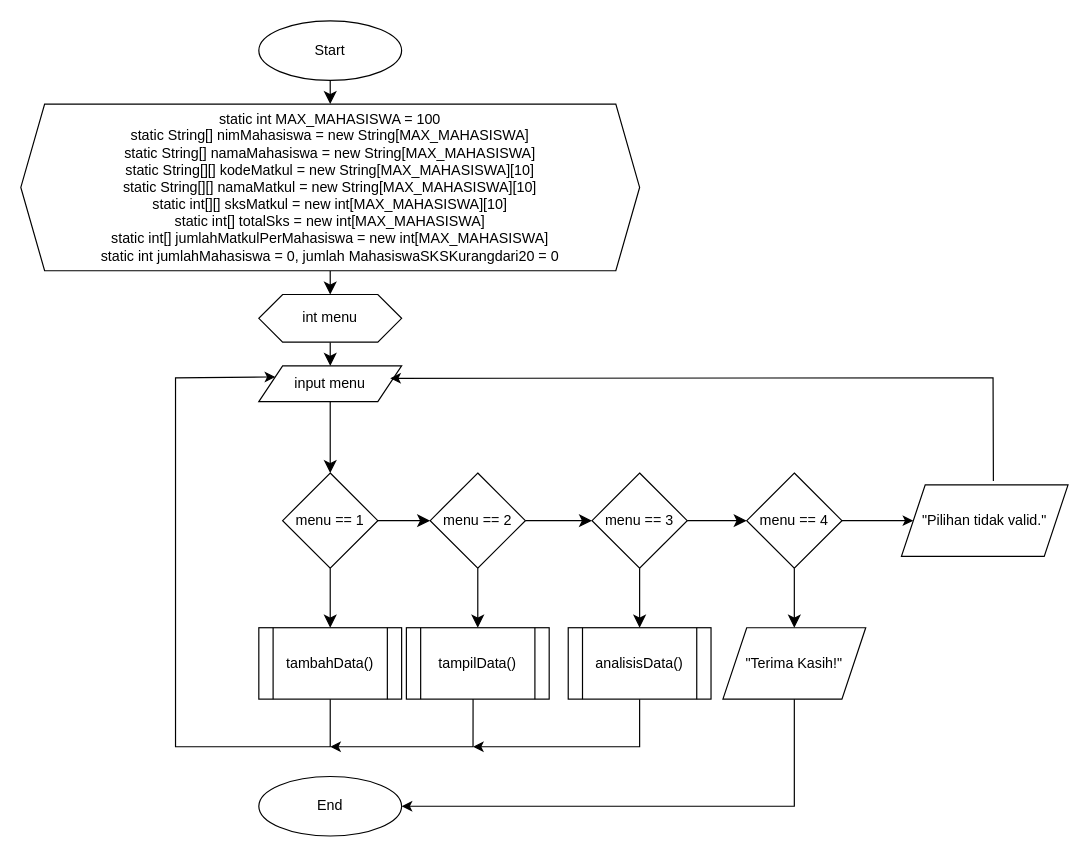
This is page "Main" (1 of 4) of flowchart kelompok 7.drawio from Dzaky-Hadyan/project-besar-daspro, a draw.io file, before an edit. Source tidied: cells renumbered, new cells numbered last; positions are measured from the earlier drawing's top-left corner, leaving out a move shared by most shapes. Both pictures are drawn from the tidied source at 119%, with x=0, y=0 at pixel (20, 20).
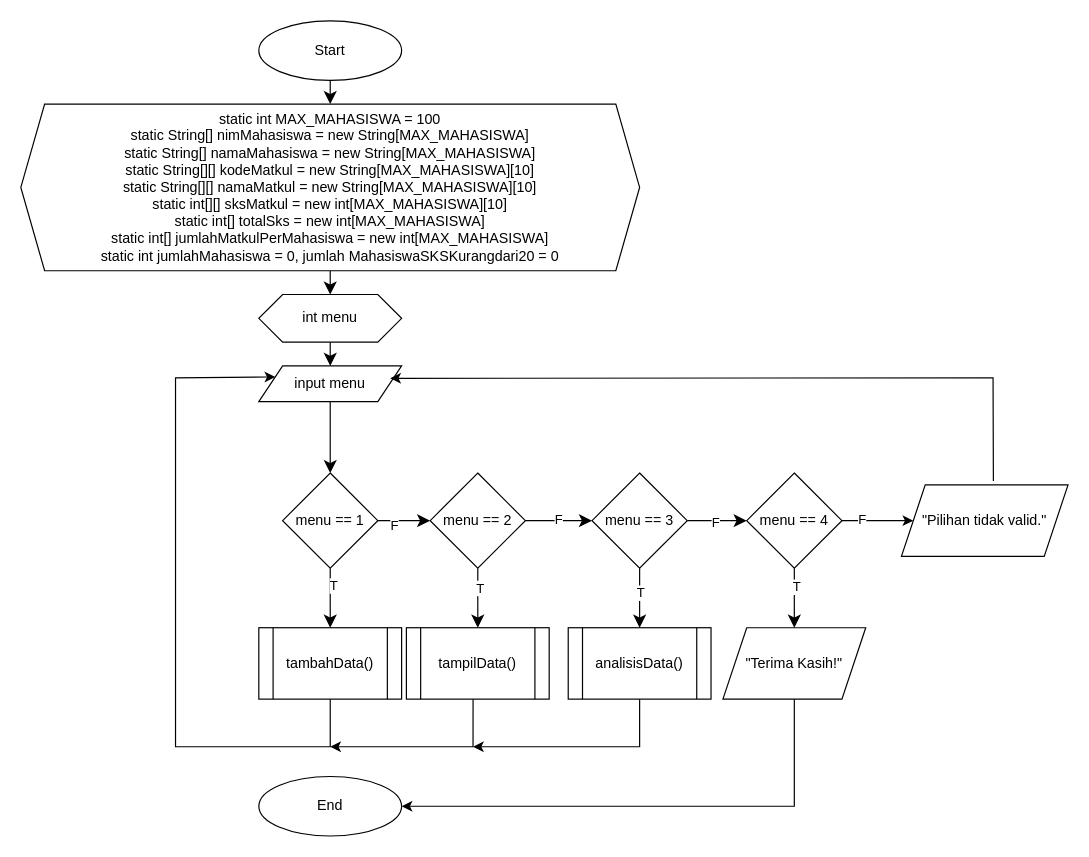
After the change.

The change refers to these unchanged cells:
```xml
<mxCell id="8" style="edgeStyle=none;curved=1;rounded=0;jettySize=auto;html=1;exitX=0.5;exitY=1;exitDx=0;exitDy=0;entryX=0.5;entryY=0;entryDx=0;entryDy=0;fontSize=12;startSize=8;endSize=8;" parent="1" edge="1" source="10" target="11">
  <mxGeometry relative="1" as="geometry" />
</mxCell>
<mxCell id="9" style="edgeStyle=none;curved=1;rounded=0;jettySize=auto;html=1;exitX=1;exitY=0.5;exitDx=0;exitDy=0;entryX=0;entryY=0.5;entryDx=0;entryDy=0;fontSize=12;startSize=8;endSize=8;" parent="1" edge="1" source="10" target="14">
  <mxGeometry relative="1" as="geometry" />
</mxCell>
<mxCell id="12" style="edgeStyle=none;curved=1;rounded=0;jettySize=auto;html=1;exitX=0.5;exitY=1;exitDx=0;exitDy=0;entryX=0.5;entryY=0;entryDx=0;entryDy=0;fontSize=12;startSize=8;endSize=8;" parent="1" edge="1" source="14" target="15">
  <mxGeometry relative="1" as="geometry" />
</mxCell>
<mxCell id="13" style="edgeStyle=none;curved=1;rounded=0;jettySize=auto;html=1;exitX=1;exitY=0.5;exitDx=0;exitDy=0;entryX=0;entryY=0.5;entryDx=0;entryDy=0;fontSize=12;startSize=8;endSize=8;" parent="1" edge="1" source="14" target="19">
  <mxGeometry relative="1" as="geometry" />
</mxCell>
<mxCell id="17" style="edgeStyle=none;curved=1;rounded=0;jettySize=auto;html=1;exitX=0.5;exitY=1;exitDx=0;exitDy=0;entryX=0.5;entryY=0;entryDx=0;entryDy=0;fontSize=12;startSize=8;endSize=8;" parent="1" edge="1" source="19" target="16">
  <mxGeometry relative="1" as="geometry" />
</mxCell>
<mxCell id="18" style="edgeStyle=none;curved=1;rounded=0;jettySize=auto;html=1;exitX=1;exitY=0.5;exitDx=0;exitDy=0;entryX=0;entryY=0.5;entryDx=0;entryDy=0;fontSize=12;startSize=8;endSize=8;" parent="1" edge="1" source="19" target="23">
  <mxGeometry relative="1" as="geometry" />
</mxCell>
<mxCell id="21" style="edgeStyle=none;curved=1;rounded=0;jettySize=auto;html=1;exitX=0.5;exitY=1;exitDx=0;exitDy=0;entryX=0.5;entryY=0;entryDx=0;entryDy=0;fontSize=12;startSize=8;endSize=8;" parent="1" edge="1" source="23" target="20">
  <mxGeometry relative="1" as="geometry" />
</mxCell>
<mxCell id="22" style="edgeStyle=orthogonalEdgeStyle;rounded=0;jettySize=auto;html=1;" parent="1" edge="1" source="23" target="24">
  <mxGeometry relative="1" as="geometry" />
</mxCell>
```

The edit, as a diff of the source:
```diff
@@
+    <mxCell id="33" value="T" style="edgeLabel;html=1;align=center;verticalAlign=middle;" parent="8" vertex="1">
+      <mxGeometry x="-0.46" y="2" relative="1" as="geometry" />
+    </mxCell>
@@
+    <mxCell id="34" value="F" style="edgeLabel;html=1;align=center;verticalAlign=middle;" parent="9" vertex="1">
+      <mxGeometry x="-0.39" y="-3" relative="1" as="geometry" />
+    </mxCell>
@@
+    <mxCell id="35" value="T" style="edgeLabel;html=1;align=center;verticalAlign=middle;" parent="12" vertex="1">
+      <mxGeometry x="-0.34" y="1" relative="1" as="geometry" />
+    </mxCell>
@@
+    <mxCell id="36" value="F" style="edgeLabel;html=1;align=center;verticalAlign=middle;" parent="13" vertex="1">
+      <mxGeometry x="-0.05" y="2" relative="1" as="geometry" />
+    </mxCell>
@@
+    <mxCell id="37" value="T" style="edgeLabel;html=1;align=center;verticalAlign=middle;" parent="17" vertex="1">
+      <mxGeometry x="-0.19" relative="1" as="geometry" />
+    </mxCell>
@@
+    <mxCell id="38" value="F" style="edgeLabel;html=1;align=center;verticalAlign=middle;" parent="18" vertex="1">
+      <mxGeometry x="-0.08" y="-1" relative="1" as="geometry" />
+    </mxCell>
@@
+    <mxCell id="39" value="T" style="edgeLabel;html=1;align=center;verticalAlign=middle;" parent="21" vertex="1">
+      <mxGeometry x="-0.42" y="1" relative="1" as="geometry" />
+    </mxCell>
@@
+    <mxCell id="40" value="F" style="edgeLabel;html=1;align=center;verticalAlign=middle;" parent="22" vertex="1">
+      <mxGeometry x="-0.47" y="2" relative="1" as="geometry" />
+    </mxCell>
```
